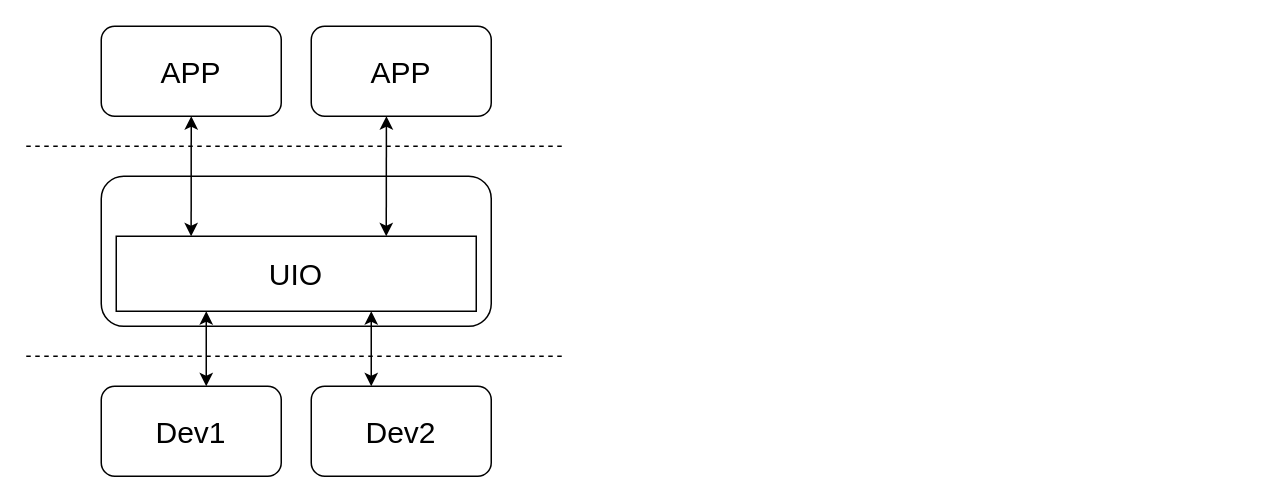
Earlier version of the draw.io diagram Untitled Diagram.drawio (jams99/drawio). Source tidied: cells renumbered, new cells numbered last; positions are measured from the earlier drawing's top-left corner, leaving out a move shared by most shapes. Both pictures are drawn from the tidied source at 150%, with x=0, y=0 at pixel (26, 26).
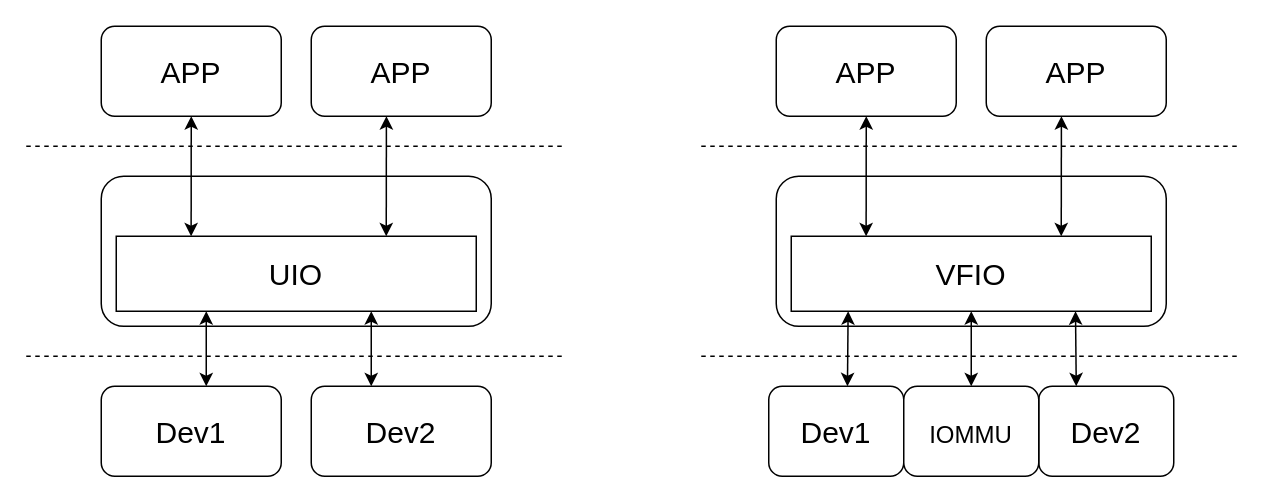
The same diagram, later.

The edit, as a diff of the source:
```diff
@@
+    <mxCell id="14" value="APP" style="rounded=1;whiteSpace=wrap;html=1;fontSize=20;" parent="1" vertex="1">
+      <mxGeometry x="500" width="120" height="60" as="geometry" />
+    </mxCell>
+    <mxCell id="15" value="APP" style="rounded=1;whiteSpace=wrap;html=1;fontSize=20;" parent="1" vertex="1">
+      <mxGeometry x="640" width="120" height="60" as="geometry" />
+    </mxCell>
+    <mxCell id="16" style="endArrow=none;dashed=1;html=1;rounded=0;fontSize=20;" parent="1" edge="1">
+      <mxGeometry relative="1" as="geometry">
+        <mxPoint x="450" y="80" as="sourcePoint" />
+        <mxPoint x="810" y="80" as="targetPoint" />
+      </mxGeometry>
+    </mxCell>
+    <mxCell id="17" value="Dev1" style="rounded=1;whiteSpace=wrap;html=1;fontSize=20;" parent="1" vertex="1">
+      <mxGeometry x="495" y="240" width="90" height="60" as="geometry" />
+    </mxCell>
+    <mxCell id="18" value="Dev2" style="rounded=1;whiteSpace=wrap;html=1;fontSize=20;" parent="1" vertex="1">
+      <mxGeometry x="675" y="240" width="90" height="60" as="geometry" />
+    </mxCell>
+    <mxCell id="19" style="rounded=1;whiteSpace=wrap;html=1;fontSize=20;" parent="1" vertex="1">
+      <mxGeometry x="500" y="100" width="260" height="100" as="geometry" />
+    </mxCell>
+    <mxCell id="20" style="endArrow=none;dashed=1;html=1;rounded=0;fontSize=20;" parent="1" edge="1">
+      <mxGeometry relative="1" as="geometry">
+        <mxPoint x="450" y="220" as="sourcePoint" />
+        <mxPoint x="810" y="220" as="targetPoint" />
+      </mxGeometry>
+    </mxCell>
+    <mxCell id="21" value="VFIO" style="rounded=0;whiteSpace=wrap;html=1;fontSize=20;" parent="1" vertex="1">
+      <mxGeometry x="510" y="140" width="240" height="50" as="geometry" />
+    </mxCell>
+    <mxCell id="22" style="endArrow=classic;startArrow=classic;html=1;rounded=0;fontSize=20;entryX=0.158;entryY=1;entryDx=0;entryDy=0;exitX=0.583;exitY=0;exitDx=0;exitDy=0;exitPerimeter=0;entryPerimeter=0;" parent="1" edge="1" source="17" target="21">
+      <mxGeometry relative="1" as="geometry" />
+    </mxCell>
+    <mxCell id="23" style="endArrow=classic;startArrow=classic;html=1;rounded=0;fontSize=20;entryX=0.25;entryY=1;entryDx=0;entryDy=0;" parent="1" edge="1">
+      <mxGeometry relative="1" as="geometry">
+        <mxPoint x="700" y="240" as="sourcePoint" />
+        <mxPoint x="699.5" y="190" as="targetPoint" />
+      </mxGeometry>
+    </mxCell>
+    <mxCell id="24" style="endArrow=classic;startArrow=classic;html=1;rounded=0;fontSize=20;entryX=0.5;entryY=1;entryDx=0;entryDy=0;exitX=0.208;exitY=0;exitDx=0;exitDy=0;exitPerimeter=0;" parent="1" edge="1" source="21" target="14">
+      <mxGeometry relative="1" as="geometry" />
+    </mxCell>
+    <mxCell id="25" style="endArrow=classic;startArrow=classic;html=1;rounded=0;fontSize=20;entryX=0.5;entryY=1;entryDx=0;entryDy=0;exitX=0.208;exitY=0;exitDx=0;exitDy=0;exitPerimeter=0;" parent="1" edge="1">
+      <mxGeometry relative="1" as="geometry">
+        <mxPoint x="690" y="140" as="sourcePoint" />
+        <mxPoint x="690.1" y="60" as="targetPoint" />
+      </mxGeometry>
+    </mxCell>
+    <mxCell id="26" value="&lt;span style=&quot;font-size: 16px&quot;&gt;IOMMU&lt;/span&gt;" style="rounded=1;whiteSpace=wrap;html=1;fontSize=20;" parent="1" vertex="1">
+      <mxGeometry x="585" y="240" width="90" height="60" as="geometry" />
+    </mxCell>
+    <mxCell id="27" style="endArrow=classic;startArrow=classic;html=1;rounded=0;fontSize=20;entryX=0.158;entryY=1;entryDx=0;entryDy=0;entryPerimeter=0;" parent="1" edge="1">
+      <mxGeometry relative="1" as="geometry">
+        <mxPoint x="630" y="240" as="sourcePoint" />
+        <mxPoint x="630" y="190" as="targetPoint" />
+      </mxGeometry>
+    </mxCell>
```
